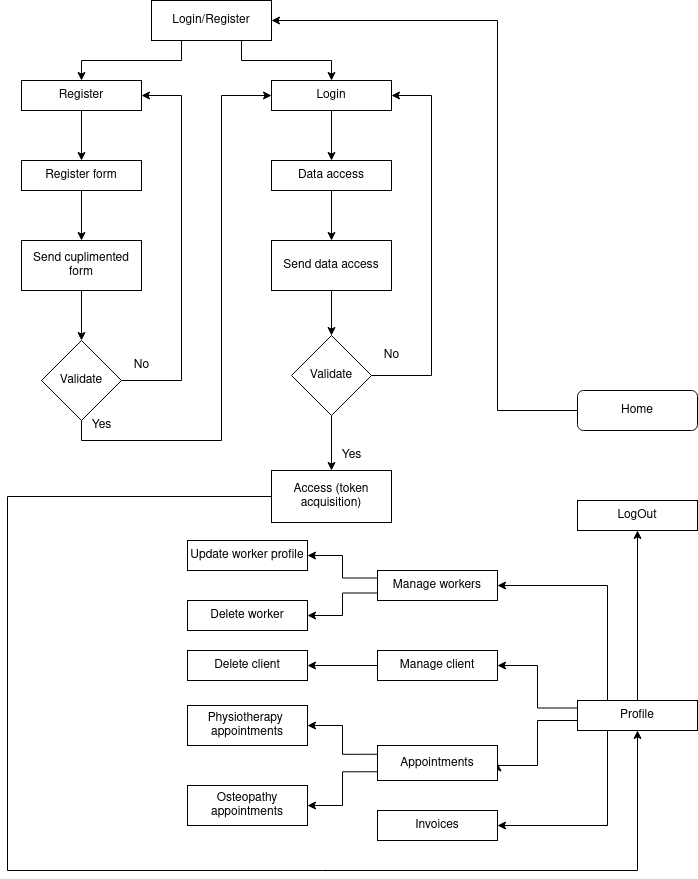
This is extras/Flowchart SuperAdmin.png from antonioinsa/Proyect-7, a draw.io export, as it was before one commit. Source tidied: cells renumbered, new cells last; positions are measured from the earlier drawing's top-left corner, leaving out a move shared by most shapes.
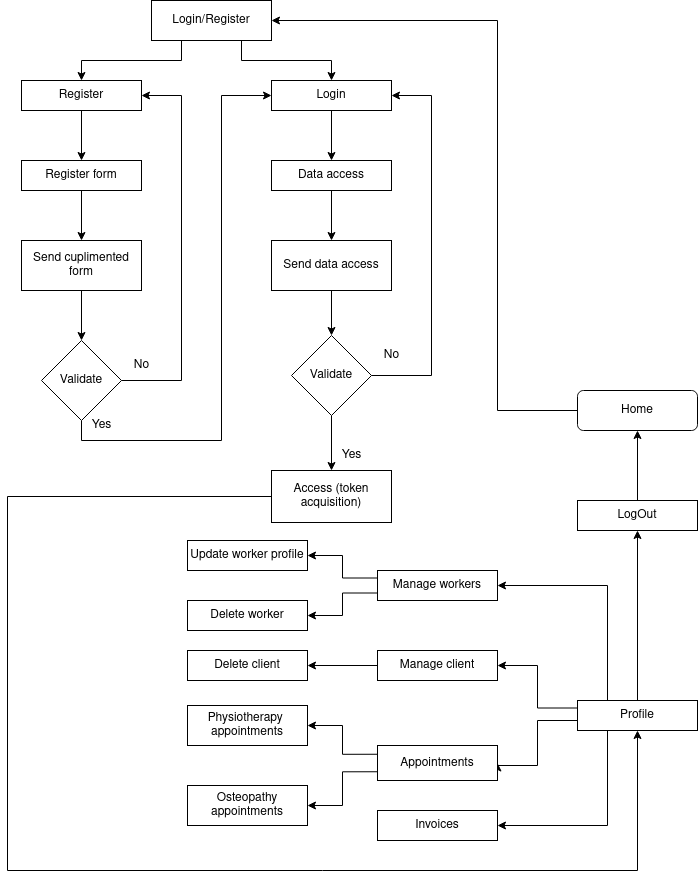
After the change.

Commit message:
Feat:update all flowchart

Change to the diagram source:
```diff
@@ -161,6 +161,9 @@
     <mxCell id="42" value="Manage workers" style="rounded=0;whiteSpace=wrap;html=1;" parent="1" vertex="1">
       <mxGeometry x="370" y="570" width="120" height="30" as="geometry" />
     </mxCell>
+    <mxCell id="54" style="edgeStyle=orthogonalEdgeStyle;rounded=0;jettySize=auto;html=1;exitX=0.5;exitY=0;exitDx=0;exitDy=0;entryX=0.5;entryY=1;entryDx=0;entryDy=0;" parent="1" edge="1" source="43" target="3">
+      <mxGeometry relative="1" as="geometry" />
+    </mxCell>
     <mxCell id="43" value="LogOut" style="rounded=0;whiteSpace=wrap;html=1;" parent="1" vertex="1">
       <mxGeometry x="570" y="500" width="120" height="30" as="geometry" />
     </mxCell>
```
